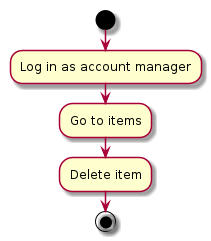
Above: docs/delete-item.png in tflm91/CRM-System (PlantUML), before the change. Source of this version:
```plantuml
@startuml

start
:Log in as account manager;
:Go to items;
:Delete item;
stop

@enduml
```
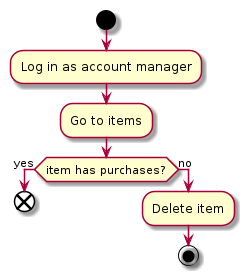
After the commit.

Change to the diagram source:
```diff
@@ -3,7 +3,11 @@
 start
 :Log in as account manager;
 :Go to items;
+if(item has purchases?) then (yes)
+    end
+else (no)
 :Delete item;
 stop
+endif
 
 @enduml
```
